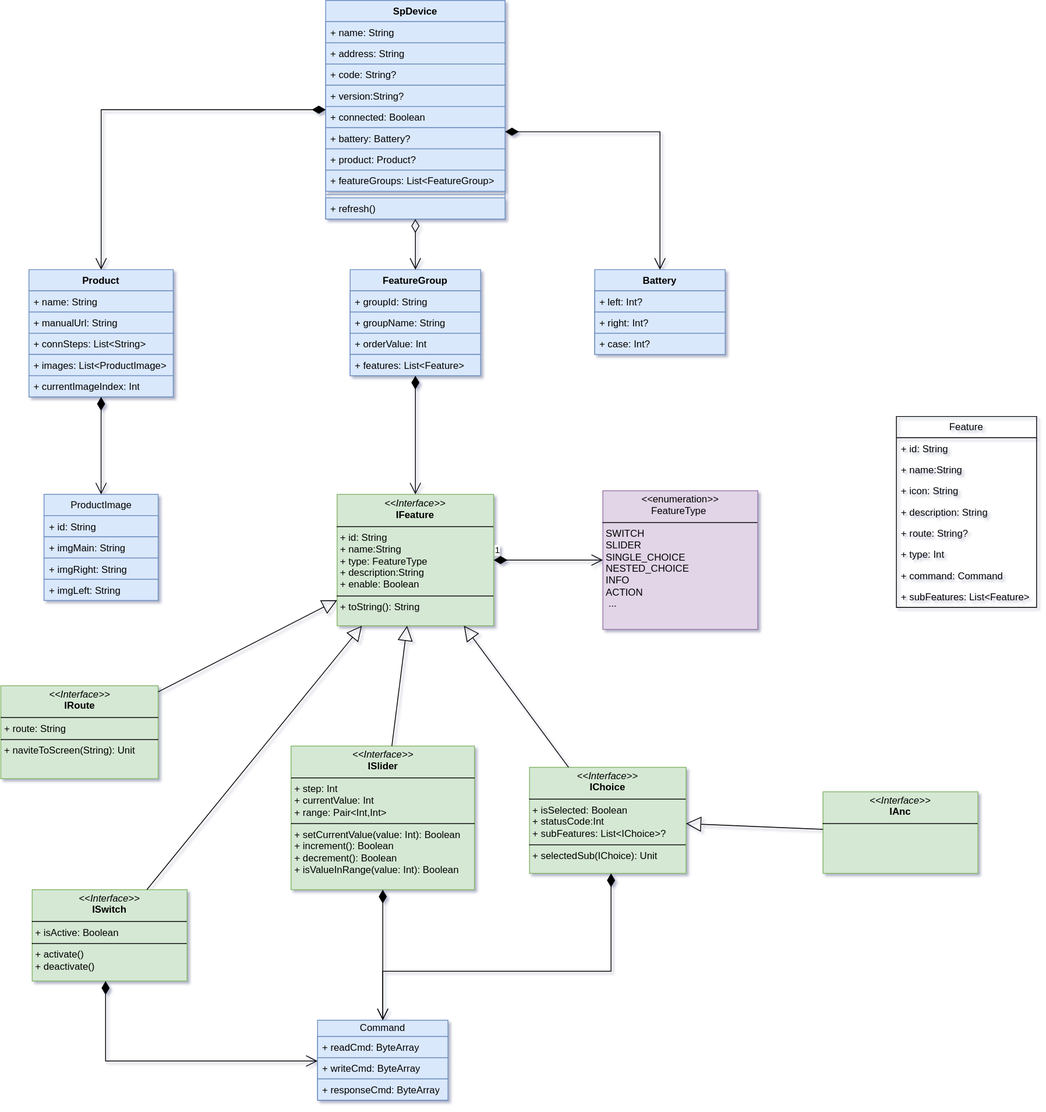
This is sp-device.drawio.svg from kekemao00/draw-libs, a draw.io export, as it was before one commit. Source tidied: cells renumbered, new cells last; positions are measured from the earlier drawing's top-left corner, leaving out a move shared by most shapes.
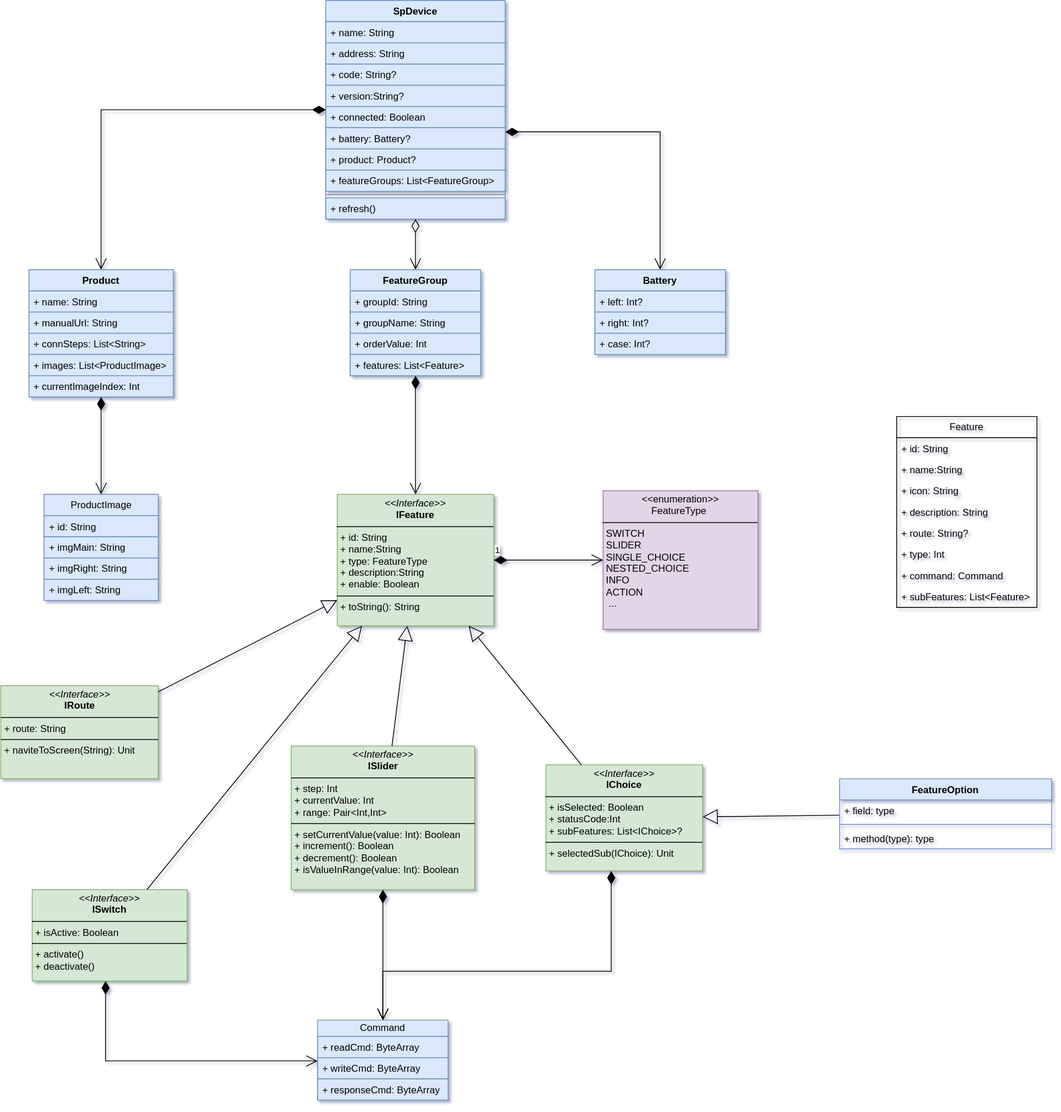
The same file after the commit.

What changed in the source:
```diff
@@ -141,11 +141,8 @@
       <mxGeometry x="-0.5" y="840" width="193" height="114" as="geometry" />
     </mxCell>
     <mxCell id="48" value="&lt;p style=&quot;margin:0px;margin-top:4px;text-align:center;&quot;&gt;&lt;i&gt;&amp;lt;&amp;lt;Interface&amp;gt;&amp;gt;&lt;/i&gt;&lt;br&gt;&lt;b&gt;IChoice&lt;/b&gt;&lt;/p&gt;&lt;hr size=&quot;1&quot; style=&quot;border-style:solid;&quot;&gt;&lt;p style=&quot;margin:0px;margin-left:4px;&quot;&gt;+ isSelected: Boolean&lt;br&gt;+ statusCode:Int&lt;br&gt;+ subFeatures: List&amp;lt;IChoice&amp;gt;?&lt;/p&gt;&lt;hr size=&quot;1&quot; style=&quot;border-style:solid;&quot;&gt;&lt;p style=&quot;margin:0px;margin-left:4px;&quot;&gt;+ selectedSub(IChoice): Unit&lt;br&gt;&lt;/p&gt;" style="verticalAlign=top;align=left;overflow=fill;html=1;whiteSpace=wrap;fillColor=#d5e8d4;strokeColor=#82b366;" parent="1" vertex="1">
-      <mxGeometry x="648" y="940" width="192" height="130" as="geometry" />
+      <mxGeometry x="668" y="937" width="192" height="130" as="geometry" />
     </mxCell>
-    <mxCell id="49" value="&lt;p style=&quot;margin:0px;margin-top:4px;text-align:center;&quot;&gt;&lt;i&gt;&amp;lt;&amp;lt;Interface&amp;gt;&amp;gt;&lt;/i&gt;&lt;br&gt;&lt;b&gt;IAnc&lt;/b&gt;&lt;/p&gt;&lt;hr size=&quot;1&quot; style=&quot;border-style:solid;&quot;&gt;&lt;p style=&quot;margin:0px;margin-left:4px;&quot;&gt;&lt;br&gt;&lt;/p&gt;" style="verticalAlign=top;align=left;overflow=fill;html=1;whiteSpace=wrap;fillColor=#d5e8d4;strokeColor=#82b366;" parent="1" vertex="1">
-      <mxGeometry x="1008" y="970" width="190" height="100" as="geometry" />
-    </mxCell>
     <mxCell id="50" value="&lt;p style=&quot;margin:0px;margin-top:4px;text-align:center;&quot;&gt;&lt;i&gt;&amp;lt;&amp;lt;Interface&amp;gt;&amp;gt;&lt;/i&gt;&lt;br&gt;&lt;b&gt;ISwitch&lt;/b&gt;&lt;/p&gt;&lt;hr size=&quot;1&quot; style=&quot;border-style:solid;&quot;&gt;&lt;p style=&quot;margin:0px;margin-left:4px;&quot;&gt;+ isActive: Boolean&lt;br&gt;&lt;/p&gt;&lt;hr size=&quot;1&quot; style=&quot;border-style:solid;&quot;&gt;&lt;p style=&quot;margin:0px;margin-left:4px;&quot;&gt;+ activate()&lt;br&gt;+ deactivate()&lt;/p&gt;" style="verticalAlign=top;align=left;overflow=fill;html=1;whiteSpace=wrap;fillColor=#d5e8d4;strokeColor=#82b366;" parent="1" vertex="1">
       <mxGeometry x="38" y="1090" width="190" height="112" as="geometry" />
     </mxCell>
@@ -181,7 +178,7 @@
     <mxCell id="59" style="endArrow=block;endSize=16;endFill=0;html=1;rounded=0;" parent="1" edge="1" source="51" target="46">
       <mxGeometry x="0.01" relative="1" as="geometry" />
     </mxCell>
-    <mxCell id="60" style="endArrow=block;endSize=16;endFill=0;html=1;rounded=0;" parent="1" edge="1" source="49" target="48">
+    <mxCell id="60" style="endArrow=block;endSize=16;endFill=0;html=1;rounded=0;" parent="1" edge="1" source="67" target="48">
       <mxGeometry relative="1" as="geometry" />
     </mxCell>
     <mxCell id="61" style="endArrow=block;endSize=16;endFill=0;html=1;rounded=0;" parent="1" edge="1" source="48" target="46">
@@ -216,5 +213,17 @@
     <mxCell id="66" value="1" style="endArrow=open;html=1;endSize=12;startArrow=diamondThin;startSize=14;startFill=1;edgeStyle=orthogonalEdgeStyle;align=left;verticalAlign=bottom;rounded=0;" parent="1" edge="1" source="46" target="65">
       <mxGeometry x="-1" y="3" relative="1" as="geometry" />
     </mxCell>
+    <mxCell id="67" value="FeatureOption" style="swimlane;fontStyle=1;align=center;verticalAlign=top;horizontal=1;startSize=26;whiteSpace=wrap;html=1;fillColor=#dae8fc;strokeColor=#6c8ebf;" parent="1" vertex="1">
+      <mxGeometry x="1028" y="954" width="260" height="86" as="geometry" />
+    </mxCell>
+    <mxCell id="68" value="+ field: type" style="text;strokeColor=none;fillColor=none;align=left;verticalAlign=top;spacingLeft=4;spacingRight=4;overflow=hidden;whiteSpace=wrap;html=1;" parent="67" vertex="1">
+      <mxGeometry y="26" width="260" height="26" as="geometry" />
+    </mxCell>
+    <mxCell id="69" style="line;strokeWidth=1;fillColor=none;align=left;verticalAlign=middle;spacingTop=-1;spacingLeft=3;spacingRight=3;labelPosition=right;strokeColor=inherit;" parent="67" vertex="1">
+      <mxGeometry y="52" width="260" height="8" as="geometry" />
+    </mxCell>
+    <mxCell id="70" value="+ method(type): type" style="text;strokeColor=none;fillColor=none;align=left;verticalAlign=top;spacingLeft=4;spacingRight=4;overflow=hidden;whiteSpace=wrap;html=1;" parent="67" vertex="1">
+      <mxGeometry y="60" width="260" height="26" as="geometry" />
+    </mxCell>
   </root>
 </mxGraphModel>
```
